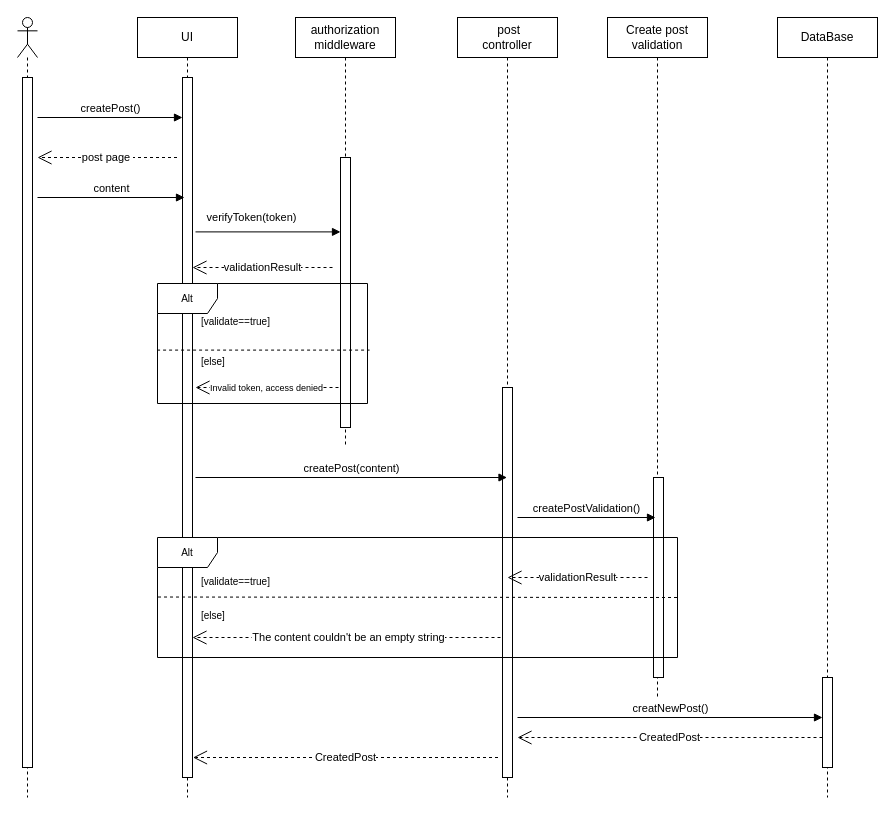
Earlier version of the draw.io diagram Documentation/sequance/createpost.drawio (MarwaMubarak/Groofy-Code). Source tidied: cells renumbered, new cells numbered last; positions are measured from the earlier drawing's top-left corner, leaving out a move shared by most shapes. Both pictures are drawn from the tidied source at 100%, with x=0, y=0 at pixel (17, 17).
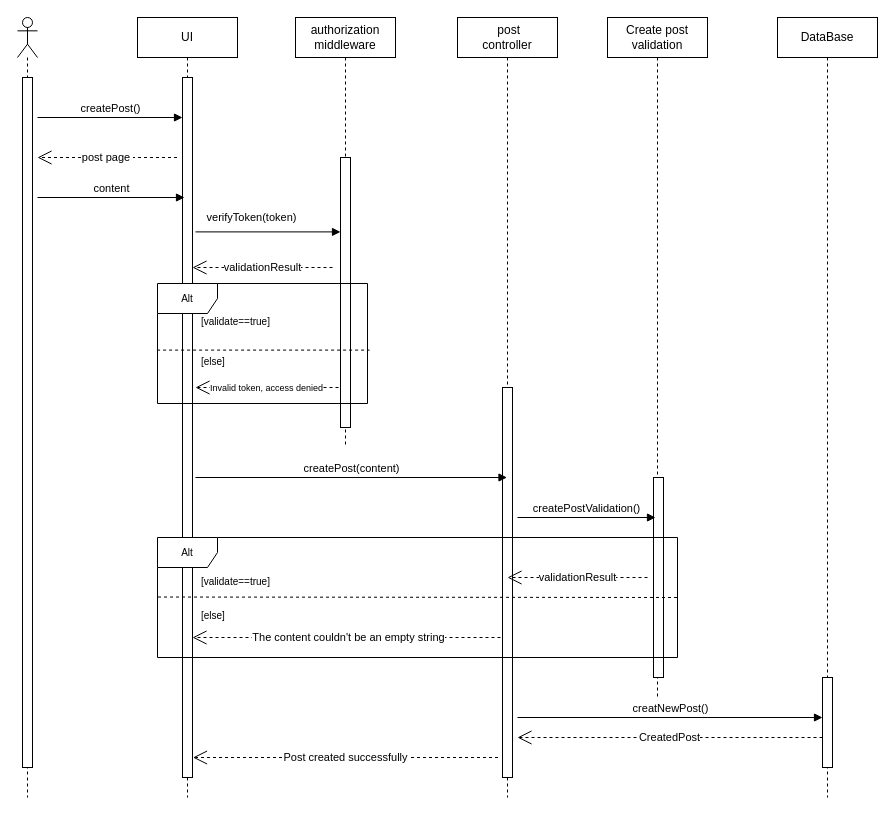
The same page after the edit.

Commit message (it also covers changes not shown here):
fix seq for createdPost

The edit, as a diff of the source:
```diff
@@
-    <mxCell id="34" value="CreatedPost" style="endArrow=open;endSize=12;dashed=1;html=1;rounded=0;" parent="1" edge="1">
+    <mxCell id="34" value="Post created successfully" style="endArrow=open;endSize=12;dashed=1;html=1;rounded=0;" parent="1" edge="1">
       <mxGeometry relative="1" as="geometry">
         <mxPoint x="480.5" y="740" as="sourcePoint" />
         <mxPoint x="175.5" y="740" as="targetPoint" />
       </mxGeometry>
     </mxCell>
```
